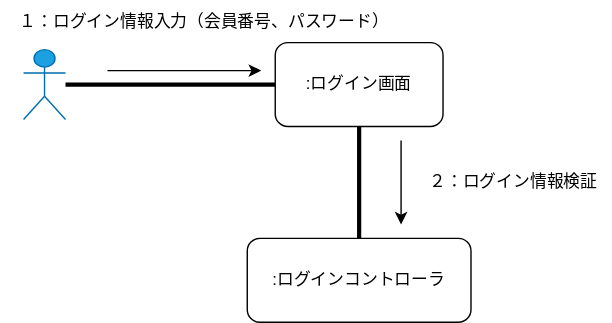
Above: 図5-1 コミュニケーション図の例.drawio.svg in a-tamura22/uml-introduction (draw.io), before the change. Source tidied: cells renumbered, new cells last; positions are measured from the earlier drawing's top-left corner, leaving out a move shared by most shapes.
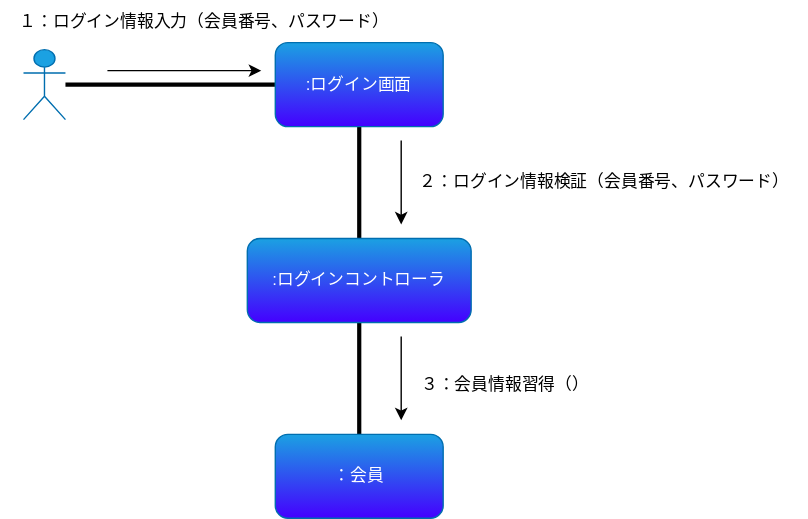
Later version of the same file.

Diff of the diagram source:
```diff
@@ -15,10 +15,13 @@
     <mxCell id="4" style="edgeStyle=none;html=1;endArrow=none;endFill=0;strokeWidth=3;" parent="1" edge="1" source="5" target="6">
       <mxGeometry relative="1" as="geometry" />
     </mxCell>
-    <mxCell id="5" value=":ログイン画面&lt;br&gt;" style="rounded=1;whiteSpace=wrap;html=1;" parent="1" vertex="1">
+    <mxCell id="5" value=":ログイン画面&lt;br&gt;" style="rounded=1;whiteSpace=wrap;html=1;fillColor=#1ba1e2;fontColor=#ffffff;strokeColor=#006EAF;gradientColor=#4400FF;" parent="1" vertex="1">
       <mxGeometry x="196" y="30" width="120" height="60" as="geometry" />
     </mxCell>
+    <mxCell id="11" style="edgeStyle=none;html=1;strokeWidth=3;endArrow=none;endFill=0;" parent="1" edge="1" source="6" target="12">
+      <mxGeometry relative="1" as="geometry" />
+    </mxCell>
-    <mxCell id="6" value=":ログインコントローラ" style="rounded=1;whiteSpace=wrap;html=1;" parent="1" vertex="1">
+    <mxCell id="6" value=":ログインコントローラ" style="rounded=1;whiteSpace=wrap;html=1;fillColor=#1ba1e2;fontColor=#ffffff;strokeColor=#006EAF;gradientColor=#4400FF;" parent="1" vertex="1">
       <mxGeometry x="176" y="170" width="160" height="60" as="geometry" />
     </mxCell>
     <mxCell id="7" style="endArrow=classic;html=1;" parent="1" edge="1">
@@ -36,8 +39,20 @@
     <mxCell id="9" value="１：ログイン情報入力（会員番号、パスワード）" style="text;html=1;align=center;verticalAlign=middle;strokeColor=none;fillColor=none;" parent="1" vertex="1">
       <mxGeometry width="290" height="30" as="geometry" />
     </mxCell>
-    <mxCell id="10" value="２：ログイン情報検証" style="text;html=1;align=center;verticalAlign=middle;strokeColor=none;fillColor=none;" parent="1" vertex="1">
-      <mxGeometry x="296" y="115" width="140" height="30" as="geometry" />
+    <mxCell id="10" value="２：ログイン情報検証（会員番号、パスワード）" style="text;html=1;align=center;verticalAlign=middle;strokeColor=none;fillColor=none;" parent="1" vertex="1">
+      <mxGeometry x="286" y="115" width="290" height="30" as="geometry" />
     </mxCell>
+    <mxCell id="12" value="：会員" style="whiteSpace=wrap;html=1;rounded=1;fillColor=#1ba1e2;fontColor=#ffffff;strokeColor=#006EAF;gradientColor=#4400ff;" parent="1" vertex="1">
+      <mxGeometry x="196" y="310" width="120" height="60" as="geometry" />
+    </mxCell>
+    <mxCell id="13" style="endArrow=classic;html=1;" parent="1" edge="1">
+      <mxGeometry relative="1" as="geometry">
+        <mxPoint x="286" y="240" as="sourcePoint" />
+        <mxPoint x="286" y="300" as="targetPoint" />
+      </mxGeometry>
+    </mxCell>
+    <mxCell id="14" value="３：会員情報習得（）" style="text;html=1;align=center;verticalAlign=middle;strokeColor=none;fillColor=none;" parent="1" vertex="1">
+      <mxGeometry x="290" y="260" width="140" height="30" as="geometry" />
+    </mxCell>
   </root>
 </mxGraphModel>
```
